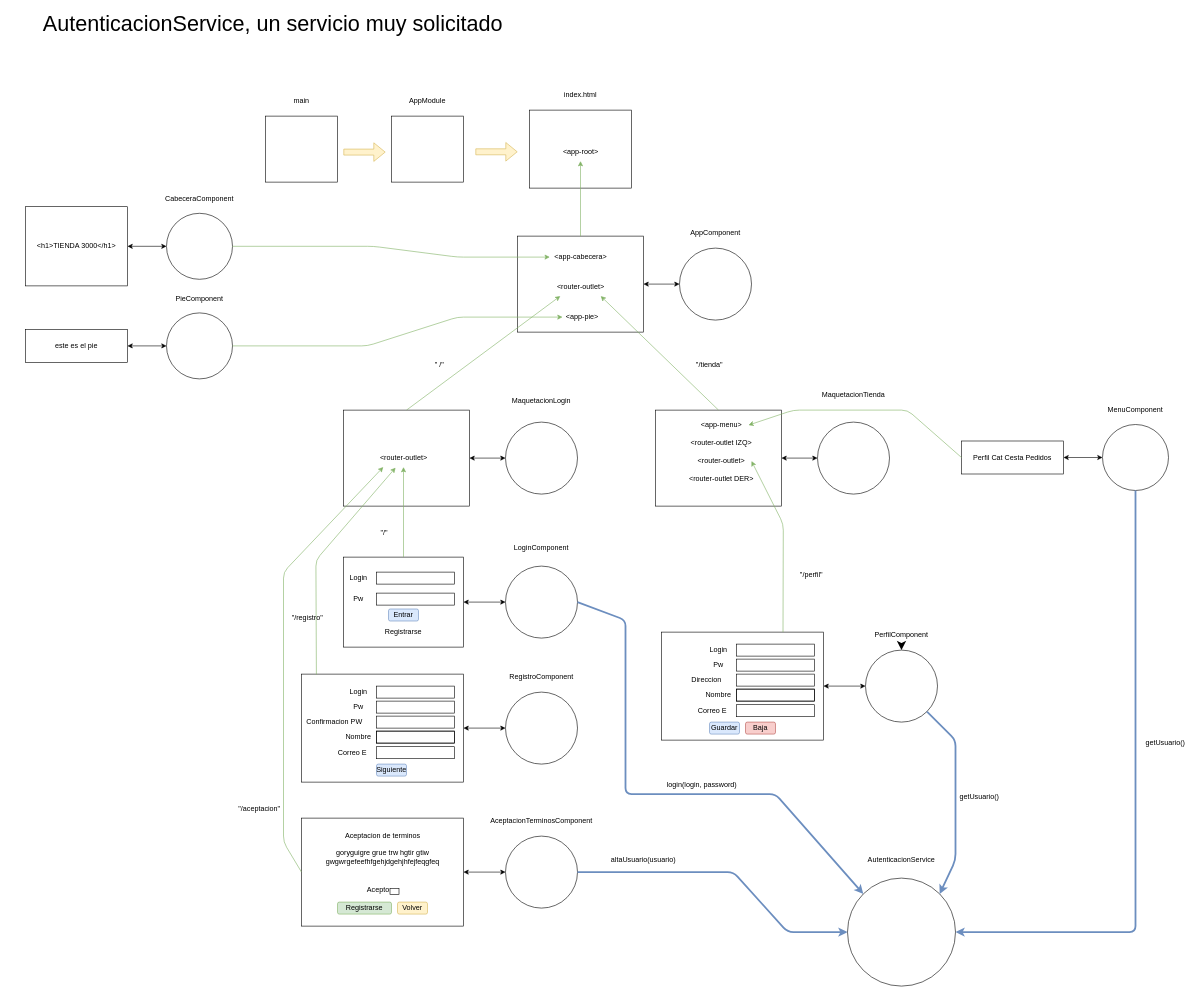
Before: page "Página-42-AutenticacionService" (41 of 46) of dibujos.drawio in lrag/MEAN_2021_2, a draw.io diagram. Source tidied: cells renumbered, new cells numbered last; positions are measured from the earlier drawing's top-left corner, leaving out a move shared by most shapes. Both pictures are drawn from the tidied source at 60%, with x=0, y=0 at pixel (10, 14).
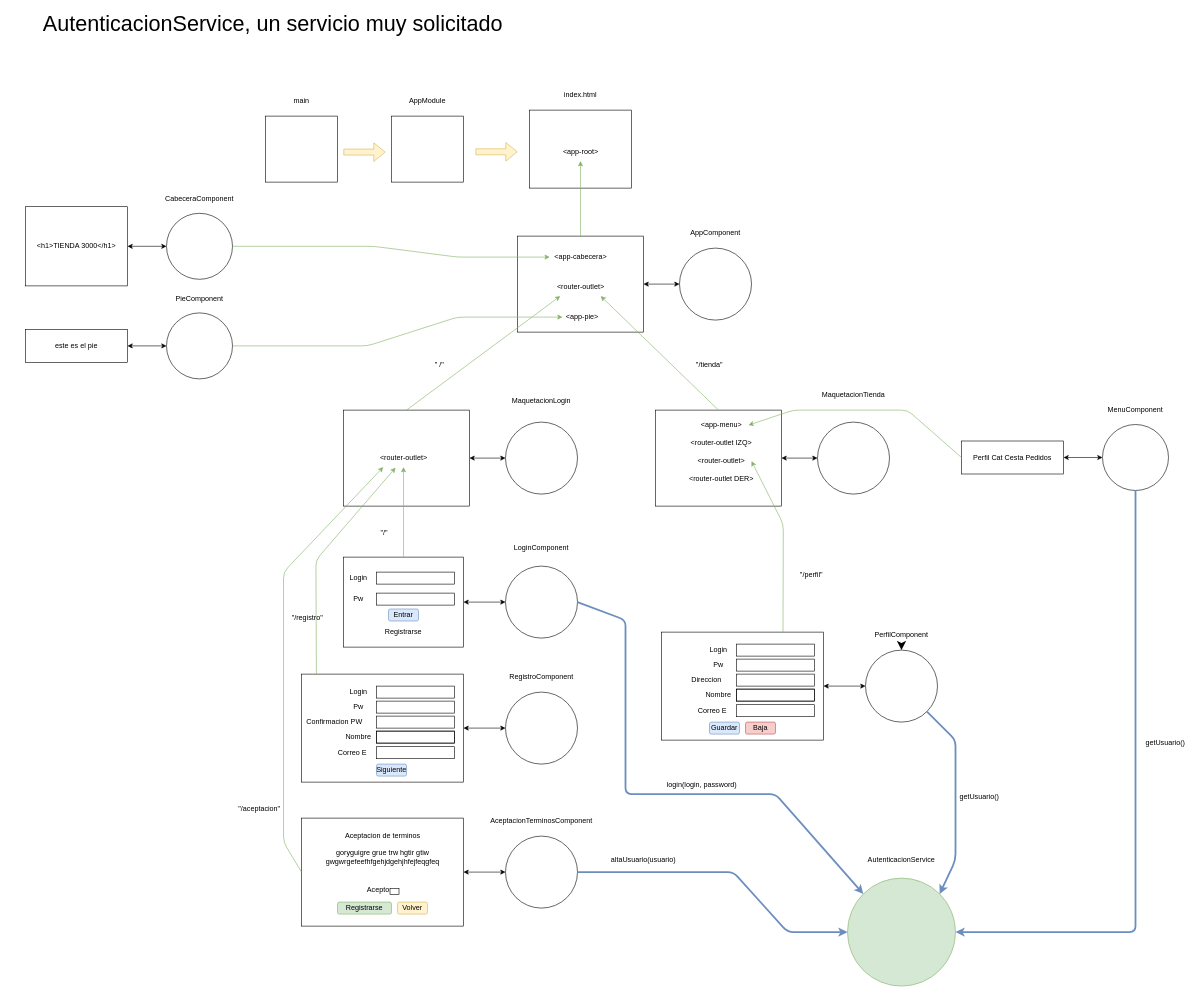
After the change.

Change to the diagram source:
```diff
@@
-    <mxCell id="113" style="ellipse;whiteSpace=wrap;html=1;" parent="1" vertex="1">
+    <mxCell id="113" style="ellipse;whiteSpace=wrap;html=1;fillColor=#d5e8d4;strokeColor=#82b366;" parent="1" vertex="1">
       <mxGeometry x="1395" y="1440" width="180" height="180" as="geometry" />
     </mxCell>
```
